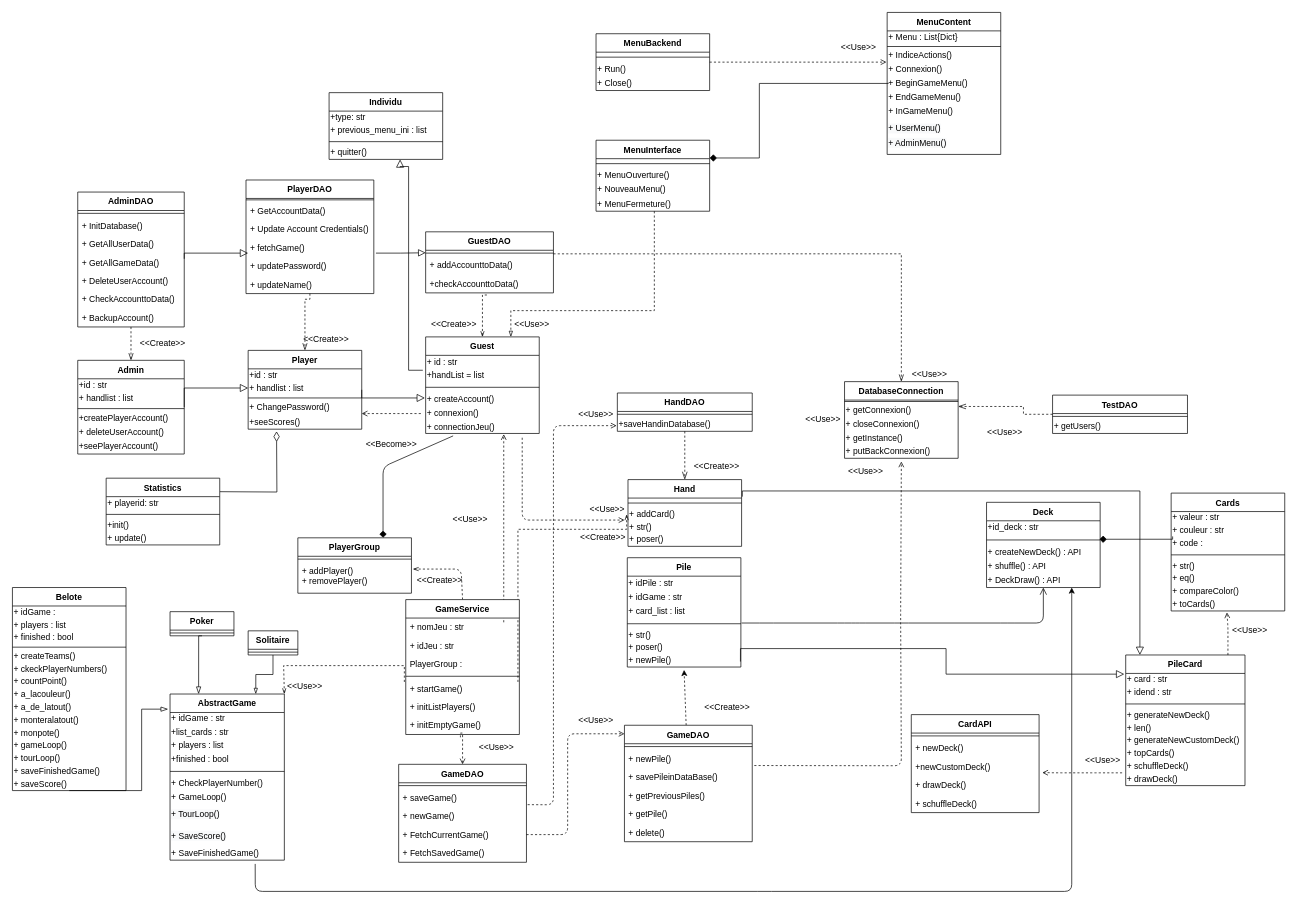
Before: page "Page-2" (2 of 2) of Diagrams/ClassDiagram.drawio in MailineN/ProjetInfo2A, a draw.io diagram. Source tidied: cells renumbered, new cells numbered last; positions are measured from the earlier drawing's top-left corner, leaving out a move shared by most shapes. Both pictures are drawn from the tidied source at 71%, with x=0, y=0 at pixel (12, 12).
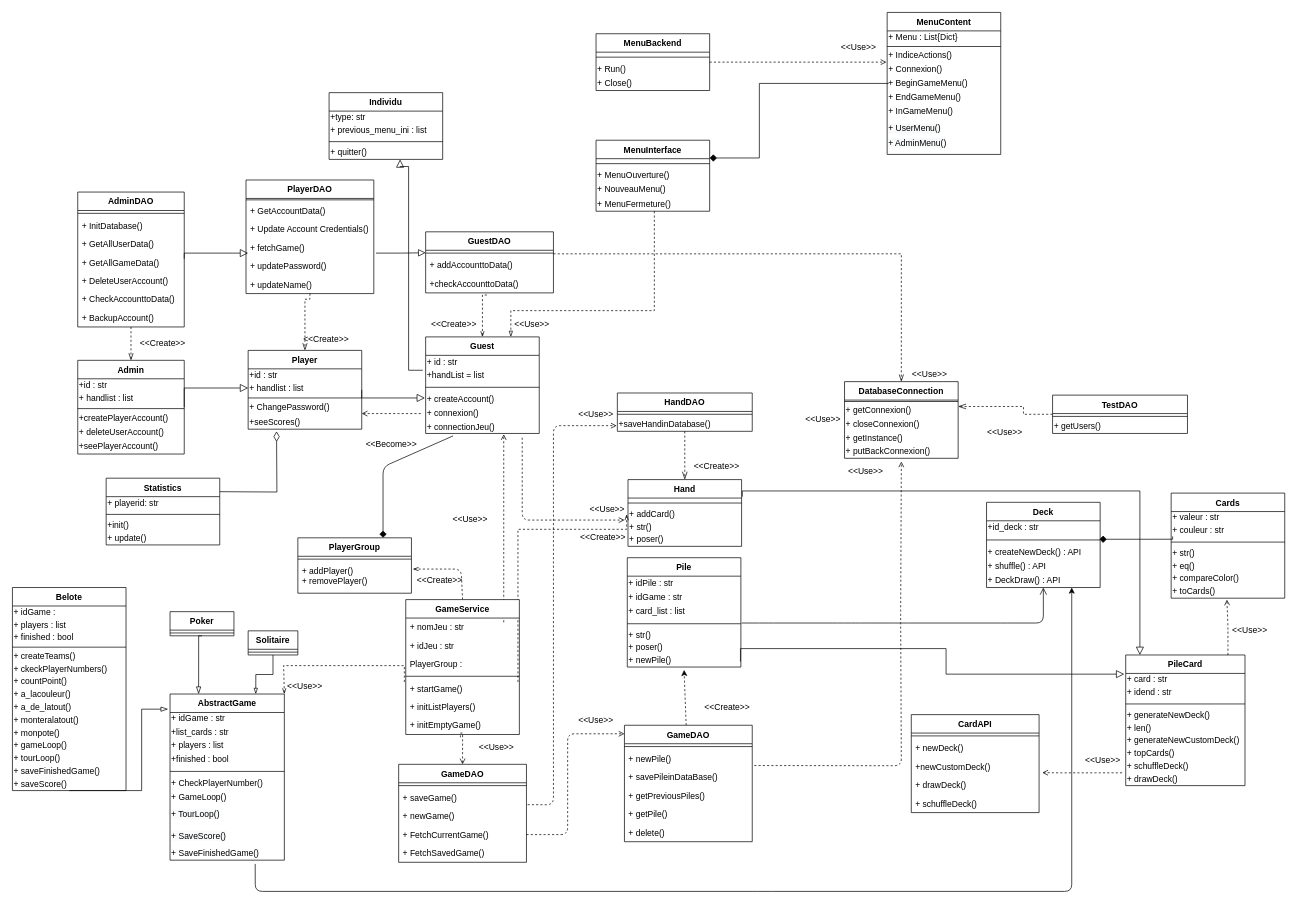
After the change.

The edit, as a diff of the source:
```diff
@@
     <mxCell id="187" value="Cards" style="swimlane;fontStyle=1;align=center;verticalAlign=top;horizontal=1;startSize=26;fontColor=none;" parent="1" vertex="1">
-      <mxGeometry x="1632" y="677" width="160" height="166" as="geometry" />
+      <mxGeometry x="1632" y="677" width="160" height="148" as="geometry" />
     </mxCell>
@@
-    <mxCell id="190" value="+ code :&amp;nbsp;" style="text;html=1;align=left;verticalAlign=middle;fontColor=none;" parent="187" vertex="1">
-      <mxGeometry y="62" width="160" height="18" as="geometry" />
-    </mxCell>
     <mxCell id="191" style="line;strokeWidth=1;fillColor=none;align=left;verticalAlign=middle;spacingTop=-1;spacingLeft=3;spacingRight=3;labelPosition=right;" parent="187" vertex="1">
-      <mxGeometry y="80" width="160" height="14" as="geometry" />
+      <mxGeometry y="62" width="160" height="14" as="geometry" />
     </mxCell>
     <mxCell id="192" value="+ str()" style="text;html=1;align=left;verticalAlign=middle;fontColor=none;" parent="187" vertex="1">
-      <mxGeometry y="94" width="160" height="18" as="geometry" />
+      <mxGeometry y="76" width="160" height="18" as="geometry" />
     </mxCell>
     <mxCell id="193" value="+ eq()" style="text;html=1;align=left;verticalAlign=middle;fontColor=none;" parent="187" vertex="1">
-      <mxGeometry y="112" width="160" height="18" as="geometry" />
+      <mxGeometry y="94" width="160" height="18" as="geometry" />
     </mxCell>
     <mxCell id="194" value="+ compareColor()" style="text;html=1;align=left;verticalAlign=middle;fontColor=none;" parent="187" vertex="1">
-      <mxGeometry y="130" width="160" height="18" as="geometry" />
+      <mxGeometry y="112" width="160" height="18" as="geometry" />
     </mxCell>
     <mxCell id="195" value="+ toCards()" style="text;html=1;align=left;verticalAlign=middle;points=[];fontColor=none;" parent="187" vertex="1">
-      <mxGeometry y="148" width="160" height="18" as="geometry" />
+      <mxGeometry y="130" width="160" height="18" as="geometry" />
     </mxCell>
```
